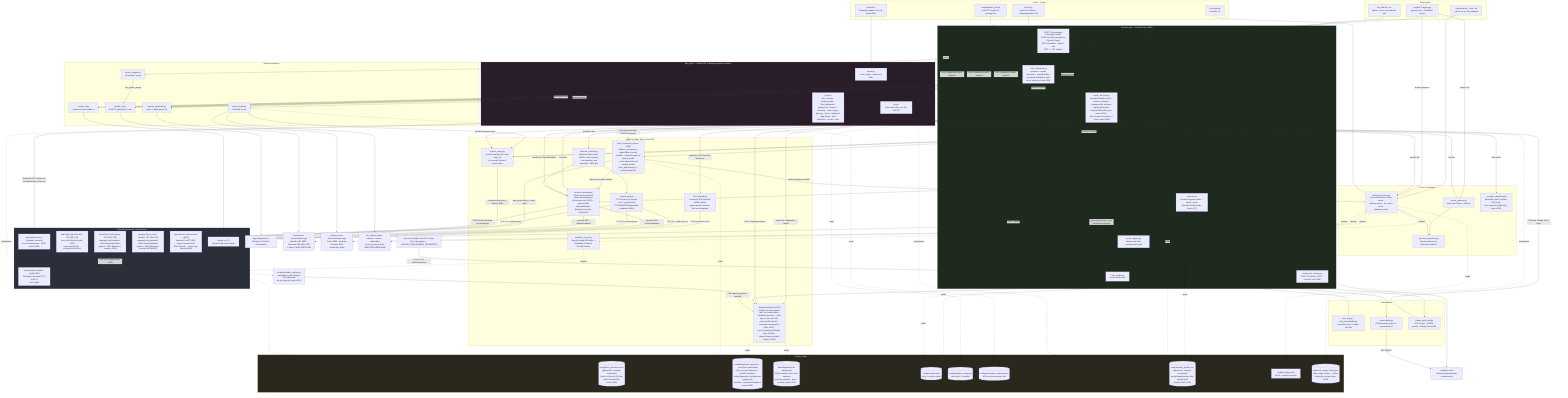
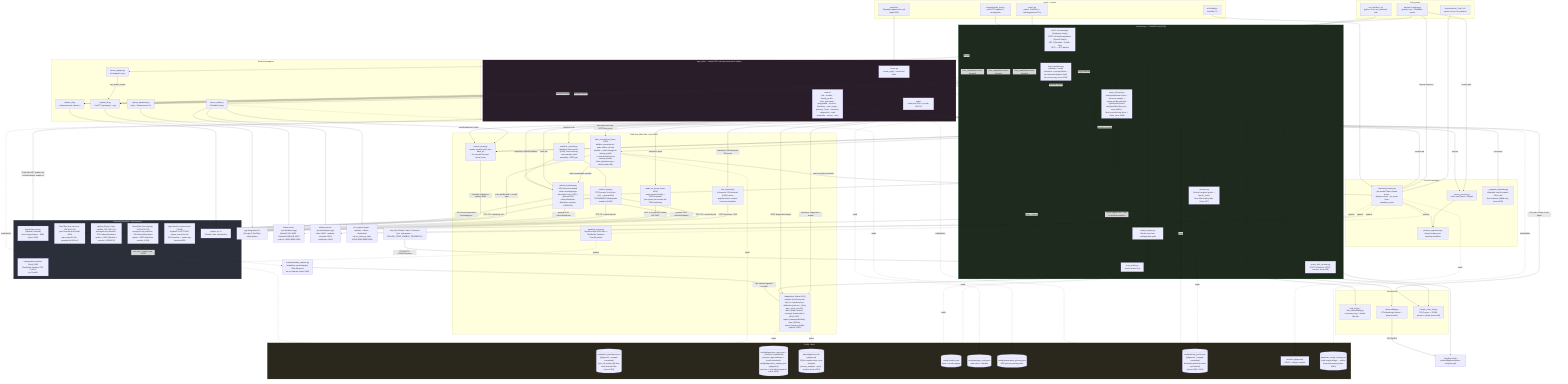
%% docs/architecture.mmd — local-llm-hub's own internal structure.
%% Hand-authored, not generated — companion to the fleet-wide convention in
%% ferraroroberto/fleet-config#256 (see that repo's own docs/architecture.mmd
%% for the reference dogfood). This is deliberately smaller than
%% docs/project-structure.md's three detailed diagrams (component/module/
%% sequence) — it's the one-glance map; project-structure.md stays the deep
%% reference. Update this diagram in the same PR as any material structural
%% change (a backend added/removed, a router moved, a process manager
%% relocated) — same anti-staleness contract as this repo's own `.fleet.toml`
%% `description` field.

flowchart TB
  subgraph entry["Entry points"]
    TRAY["tray.bat / tray/tray.py\npystray icon + Cloudflare tunnel"]
    RUNHUB["run_hub.bat / .sh\npython -m src.run_backend hub"]
    RUNMODEL["launchers/run_*.bat / .sh\npython -m src.run_backend <model_id>"]
  end

  subgraph core["src/server.py — FastAPI hub (:8000)"]
    SRV["POST /v1/messages (Anthropic shape)\nPOST /v1/chat/completions (OpenAI shape)\nGET /v1/models · /health · /info\nGET / -> 307 /admin/"]
    CHATT["chat_translation.py\nschemas + media extraction + prompt flatten +\nper-backend dispatch (split out of server.py, issue #245)"]
    LIFECYCLE["server_lifecycle.py\nstartup/shutdown hooks + resource sampler +\nstartup-profile autostart (backends/Docker/\nLangfuse/Mac-Mini-sync, issue #265) +\nfleet reconcile loop (boot + ~5min, issue #353)"]
    REG["model_registry.py\nModel rows from config/models.yaml"]
    HOSTP["host_profile.py\nresolve active host"]
    OTELRECV["server_otel_receiver.py\nPOST /v1/metrics (OTLP receiver, issue #68)"]
    SVC["services.py\nDocker/Langfuse probe + launch_stack,\nMac Mini health probe (issue #27)"]
  end
  TRAY --> SRV
  RUNHUB --> SRV
  SRV --> CHATT
  SRV --> LIFECYCLE
  SRV --> REG
  REG --> HOSTP
  LIFECYCLE --> SVC
  LIFECYCLE --> REMOTEBOOT
  SVC --> LANGFUSE
  SVC -->|probe + launch| AGENTSVIEW

  subgraph routing["Backend wrappers"]
    CLAUDECLI["claude_cli.py\nsubprocess.run claude -p"]
    GEMINICLI["gemini_cli.py\nConPTY (pywinpty) -> agy"]
    OAIUP["openai_upstream.py\nhttpx -> llama-server /v1"]
    AUDIOR["server_audio.py\n/v1/audio/* proxy"]
    IMAGESR["server_images.py\n/v1/images/* proxy"]
  end
  CHATT -->|backend=claude| CLAUDECLI
  CHATT -->|backend=gemini| GEMINICLI
  CHATT -->|backend=openai| OAIUP
  SRV -->|chat_completions direct dispatch| CLAUDECLI
  SRV -->|chat_completions direct dispatch| GEMINICLI
  SRV -->|chat_completions direct dispatch| OAIUP
  SRV --> AUDIOR
  SRV --> IMAGESR
  SRV --> OTELRECV
  IMAGESR -->|call_gemini_image| GEMINICLI

  subgraph multihost["Multi-host (Mac Mini, issue #181)"]
    REMOTEPROXY["remote_proxy.py\nresolve owning host's own base_url\nfor a model this host doesn't own"]
    REMOTEBOOT["remote_bootstrap.py\nSSH forced-command verbs: bootstrap/sync\n(dead peer hub, #181) + general-SSH\nreboot/shutdown (Machines console, #309/#311)"]
    MACHINECON["machine_console.py\nMachines-tab console (#309): host inventory\n+ per-machine card assembly + RDP gen"]
    REMOTESTATS["remote_stats.py\nTCP liveness (is the box on?) + general-SSH\nCPU/RAM/GPU/disk/uptime snapshot (#309)"]
    SSHTERM["ssh_terminal.py\nin-browser SSH terminal (#309): drives\napp-launcher's session-host over loopback"]
    DIAG["diagnostics/ (issue #315)\nsampler (in-hub asyncio task, no resident proc) ·\nattribution (process -> fleet app + ports, per-OS) ·\nrules (health verdict) · coverage (measured vs blind, #322) ·\nreport (summary/drift/md) · store (SQLite) ·\ningest (foreign portable capture, #316)"]
    PARAKEETSRV["parakeet_server.py\nOpenAI-shape ASR shim ->\nFluidAudio Parakeet CoreML worker"]
    FLEETREC["fleet_reconcile.py (issue #353)\nadditive convergence: wake offline can-ssh\nsatellite -> write-through its startup_profile\n-> start placed-but-not-running models\n(fleet_placement.py = desired-state file)"]
+     WOL["wake_on_lan.py (issue #356)\nmagic-packet builder + UDP broadcast\n(true power-on beneath the SSH bootstrap)"]
  end
  CHATT --> REMOTEPROXY
  SRV --> REMOTEPROXY
  AUDIOR --> REMOTEPROXY
  LIFECYCLE -->|periodic reconcile| FLEETREC
  FLEETREC -->|wake unreachable satellite| REMOTEBOOT
  FLEETREC -->|start local placed models| BACKPROC
  FLEETREC -->|peer profile-write + model start| MACMINI
  FLEETREC -.reads.-> FLEETCFG
  WROUT -->|models tab proxy check| REMOTEPROXY
  WROUT -->|hosts tab| REMOTEBOOT
  WROUT -->|machines tab| MACHINECON
  WROUT -->|machines: reboot/shutdown| REMOTEBOOT
+   WROUT -->|machines: wake| WOL
+   WOL -->|UDP :9 broadcast to wired-NIC MAC| GAMING
  WROUT -->|machines: SSH terminal WS proxy| SSHTERM
  MACHINECON --> REMOTEBOOT
  MACHINECON --> REMOTESTATS
  WROUT -->|machines: diagnostics modal| DIAG
  WROUT -->|POST diagnostics/ingest| DIAG
  LIFECYCLE -->|close orphan runs + arm scheduled snapshot| DIAG
  DIAG -.reads.-> DIAGCFG
  DIAG -.writes.-> DIAGDB
  PORTCAP["scripts/portable_capture.py\nstandalone psutil sampler, SSH-delivered,\nno src/ imports (issue #316)"]
  OPENCLAW -.ssh: run + capture raw JSON.-> PORTCAP
  PORTCAP -->|raw capture ingested centrally| DIAG
  REMOTESTATS -->|TCP :22 + read-only ssh| MACMINI
  REMOTESTATS -->|TCP :22 + read-only ssh| OPENCLAW
  REMOTESTATS -->|TCP :22 + read-only ssh| GAMING
  SSHTERM -->|POST /sessions + WS| SESSIONHOST
  REMOTEBOOT -->|general-SSH reboot/shutdown| OPENCLAW
  REMOTEBOOT -->|general-SSH reboot/shutdown| GAMING

  subgraph procmgr["Process managers"]
    SUPERVISOR["process_supervisor.py\nshared subprocess start/stop workflow"]
    SERVPROC["server_process.py\nhub's own Popen + kill-port"]
    BACKPROC["backend_process.py\nper-model Popen: llama-server ·\nwhisper-server · tts_server shim ·\nparakeet_server"]
    WATCHDOG["_respawn_watchdog.py\ndetached: wait for parent PID to die,\nthen relaunch (stdlib-only, issue #198)"]
  end
  RUNMODEL --> BACKPROC
  TRAY -->|Models submenu| BACKPROC
  TRAY -->|Restart hub| SERVPROC
  SERVPROC --> SUPERVISOR
  BACKPROC --> SUPERVISOR
  BACKPROC -.spawns.-> PARAKEETSRV

  subgraph ext["External processes / subscriptions"]
    CLAUDEBIN["claude -p CLI\n(Claude Code subscription)"]
    AGYBIN["agy Antigravity CLI\n(Google AI Pro/Ultra subscription)"]
    LLAMA["llama-server (vendor/llama.cpp)\nQwen3.5-4B :8088 · Gemma4-26B-A4B :8087\n+ ad-hoc :8081/:8082/:8086"]
    WHISPER["whisper-server (vendor/whisper.cpp)\nturbo :8090 · medium-translate :8091\nvanilla lazy :8094"]
    TTS["tts_engines/ (piper · orpheus · kokoro · chatterbox)\nvia tts_server.py shim :8092/:8093/:8095/:8096"]
    CCHOST["Any host Claude Code CLI session\n(incl. sub-agents — CLAUDE_CODE_ENABLE_TELEMETRY)"]
    MACMINI["Mac Mini (mac-mini-m4, 192.168.0.14)\npeer local-llm-hub install :8000\nowns qwen3.5-9b · parakeet-tdt-0.6b-v3"]
    PARAKEETWORKER["mac/parakeet-worker/ (Swift, ANE)\nFluidAudio Parakeet TDT 0.6B v3\nvia CoreML"]
    AGENTSVIEW["AgentsView server (optional, external)\nkenn-io/agentsview · :8080 (issue #280)"]
    SESSIONHOST["app-launcher session-host (:8446)\nloopback ConPTY/WS engine reused for the\nSSH terminal — needs app-launcher#558"]
    OPENCLAW["OpenClaw (Linux laptop, 192.168.0.239)\nmanaged-only machine: SSH reboot/shutdown/\nuptime + RDP (Machines console, #309)"]
    GAMING["gaming (Ryzen Linux satellite, 192.168.0.16)\nmanaged-only machine: SSH reboot/shutdown/\nuptime + RDP (Machines console, #309/#323)"]
  end
  CLAUDECLI --> CLAUDEBIN
  GEMINICLI --> AGYBIN
  OAIUP --> LLAMA
  AUDIOR --> WHISPER
  AUDIOR --> TTS
  BACKPROC -.spawns.-> LLAMA
  BACKPROC -.spawns.-> WHISPER
  BACKPROC -.spawns.-> TTS
  CCHOST -->|OTLP/HTTP :8000/v1/metrics| OTELRECV
  REMOTEPROXY -->|forwards verbatim to owning :8000| MACMINI
  REMOTEBOOT -->|SSH forced-command bootstrap/sync| MACMINI
  PARAKEETSRV -.spawns.-> PARAKEETWORKER

  subgraph admin["app_web/ — admin SPA, sub-app mounted at /admin"]
    WSRV["server.py\ncreate_app() + versioned static"]
    WROUT["routers/\nhub · models · startup_profile · fleet_placement ·\nplayground · services · telemetry · code_usage ·\nglossary · hosts · machines · diagnostics · auth ·\nwebauthn · version · misc"]
    WSTATIC["static/\nindex.html SPA + per-tab JS/CSS"]
  end
  SRV -.mounts.-> WSRV
  WSRV --> WROUT
  WSRV --> WSTATIC
  WROUT -->|hub tab| SERVPROC
  WROUT -->|hub restart| WATCHDOG
  WROUT -->|models tab| BACKPROC
  WROUT -->|fleet-placement tab: PATCH/reconcile| FLEETREC
  WROUT -.reads/writes.-> FLEETCFG
  WROUT -->|playground tab| SRV

  subgraph obs["Observability"]
    HUBLOG["hub_log.py / hub_observability.py\nin-memory ring -> admin Hub tab"]
    OTEL["observability.py\nOTel bootstrap (traces + genai metrics)"]
    CCOTEL["claude_code_otel.py\nOTLP parse + JSONL persist + rollups (issue #68)"]
  end
  SRV --> HUBLOG
  SRV --> OTEL
  OTEL -->|OTLP/gRPC| LANGFUSE["Langfuse stack\ndocker/langfuse/docker-compose.yml"]
  OTELRECV --> CCOTEL
  WROUT -->|OTel tab: Claude Code panel| CCOTEL
  WROUT -->|Code tab: AGY vendor via src/agentsview_usage.py| AGENTSVIEW

  subgraph cfg["Config + data"]
    MODELSYAML[("config/models.yaml\nhosts + model registry")]
    WEBCFG[("config/webapp_config.json\nauth token + allowlist")]
    GLOSSARY[("config/transcription_glossary.json\nASR post-processing rules")]
    STARTUPCFG[("config/startup_profile.json (gitignored; .example committed)\ndocker/langfuse/mac-mini-sync/models\n(issues #265, #304)")]
    FLEETCFG[("config/fleet_placement.json (gitignored; .example committed)\n{host_id: [model_id]} fleet-wide desired state\n(issue #353)")]
    MODELSDIR["models/ (gitignored)\nGGUF + whisper weights"]
    USAGEHIST[("data/code_usage_history.json\ndaily usage rollups — outlive\ntranscript pruning (issue #280)")]
    DIAGCFG[("config/diagnostics_apps.json + _rules.json (committed)\nprocess->app attribution + health thresholds;\nconfig/diagnostics_settings.json (gitignored)\nretention + scheduled snapshot (issue #315)")]
    DIAGDB[("data/diagnostics.db (gitignored)\nSQLite capture store: runs · samples ·\nprocess_samples · ports · verdicts (issue #315)")]
  end
  REG -.reads.-> MODELSYAML
  HOSTP -.reads.-> MODELSYAML
  WSRV -.reads.-> WEBCFG
  AUDIOR -.reads.-> GLOSSARY
  BACKPROC -.reads.-> MODELSDIR
  REG -.reads.-> STARTUPCFG
  LIFECYCLE -.reads.-> STARTUPCFG
  WROUT -.reads/writes.-> STARTUPCFG
  WROUT -.reads/writes.-> USAGEHIST

  subgraph tests["tests/ + scripts/"]
    UNITTESTS["tests/*.py\npytest, TestClient + monkeypatched CLIs"]
    E2E["tests/e2e/\nPlaywright against the real admin SPA"]
    SMOKE["scripts/smoke_test.py\nreal HTTP against a running hub"]
    INSTALL["src/install.py\ncheck/fix CLI"]
  end
  UNITTESTS --> SRV
  E2E --> WSRV
  SMOKE --> SRV
  INSTALL --> BACKPROC

  classDef ext fill:#2a2f3a,stroke:#555,color:#eee
  classDef hub fill:#1d2a1d,stroke:#4a7,color:#eee
  classDef ui fill:#2a1d2a,stroke:#a47,color:#eee
  classDef cfgnode fill:#2a281d,stroke:#a94,color:#eee
  class ext ext
  class core hub
  class admin ui
  class cfg cfgnode
